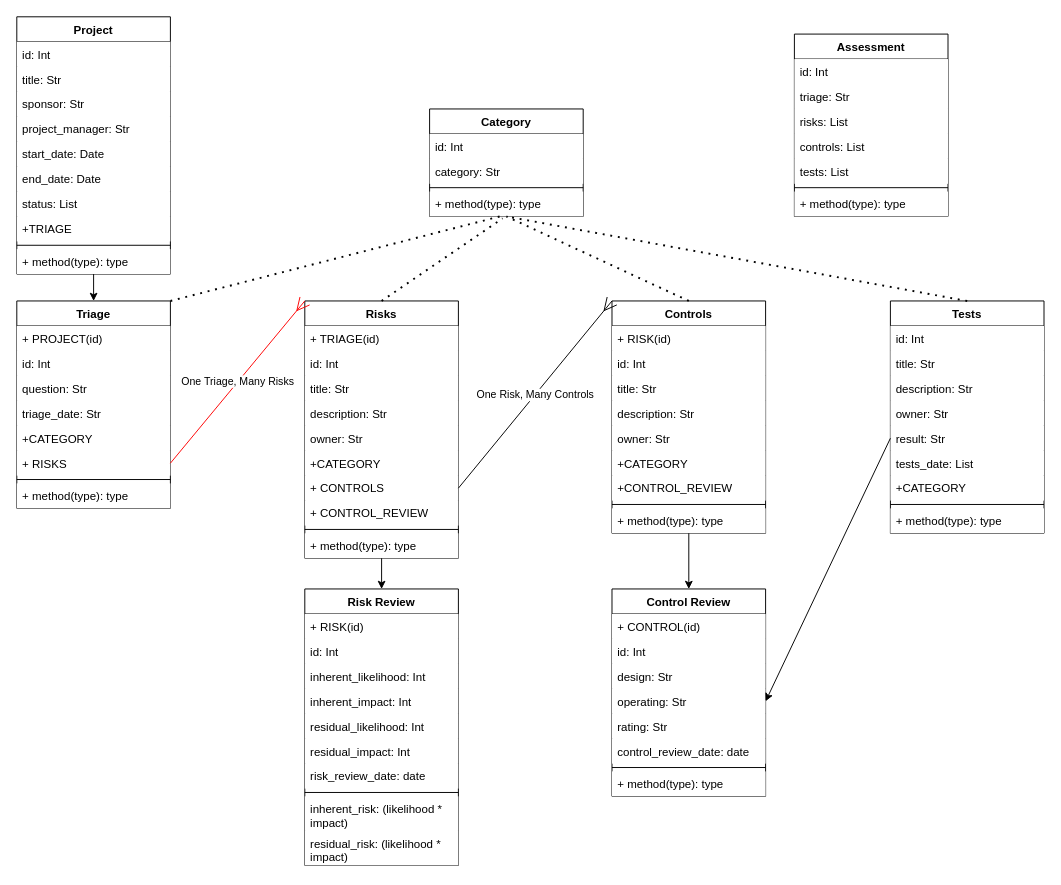
Before: page "Classes" (1 of 2) of planning/Class Diagrams.drawio in michaelmccoll/Project_Secure_Design, a draw.io diagram. Source tidied: cells renumbered, new cells numbered last; positions are measured from the earlier drawing's top-left corner, leaving out a move shared by most shapes. Both pictures are drawn from the tidied source at 96%, with x=0, y=0 at pixel (16, 16).
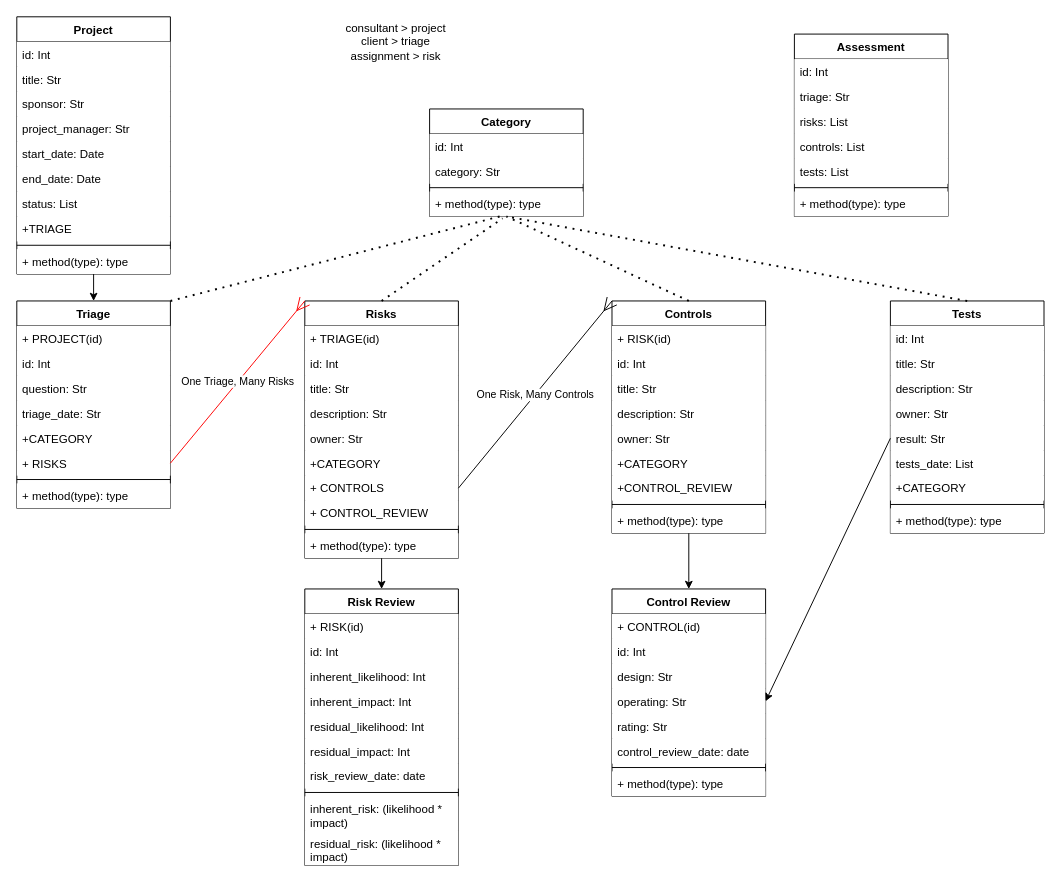
After the change.

Diff of the diagram source:
```diff
@@
+    <mxCell id="96" value="consultant &amp;gt; project&lt;br&gt;client &amp;gt; triage&lt;br&gt;assignment &amp;gt; risk" style="text;html=1;strokeColor=none;fillColor=none;align=center;verticalAlign=middle;whiteSpace=wrap;rounded=0;" parent="1" vertex="1">
+      <mxGeometry x="280" y="6" width="230" height="40" as="geometry" />
+    </mxCell>
```
